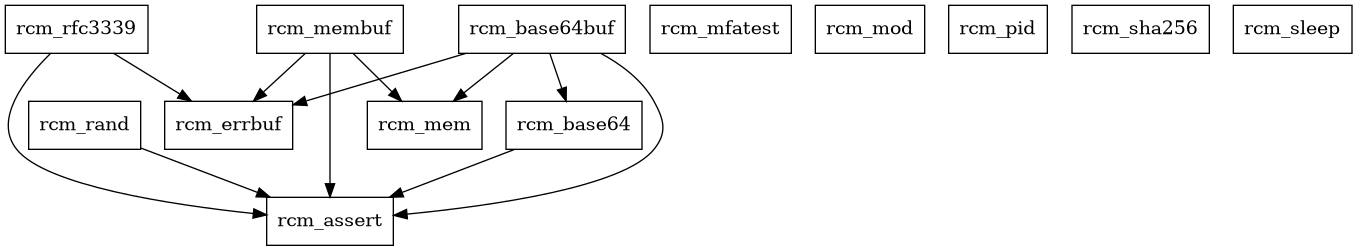
librcm/librcm keeps this Graphviz diagram as docs/module_deps.png. Above is the earlier version. Its source is kept beside it as docs/module_deps.dot.
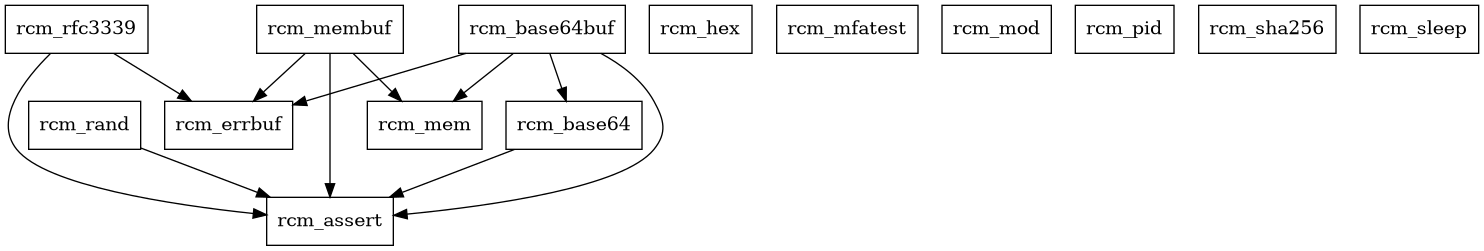
The same diagram one commit later.

Commit message:
add hex module

Change to the diagram source:
```diff
@@ -3,6 +3,7 @@
   rcm_base64 [shape=box]
   rcm_base64buf [shape=box]
   rcm_errbuf [shape=box]
+  rcm_hex [shape=box]
   rcm_mem [shape=box]
   rcm_membuf [shape=box]
   rcm_mfatest [shape=box]
```
